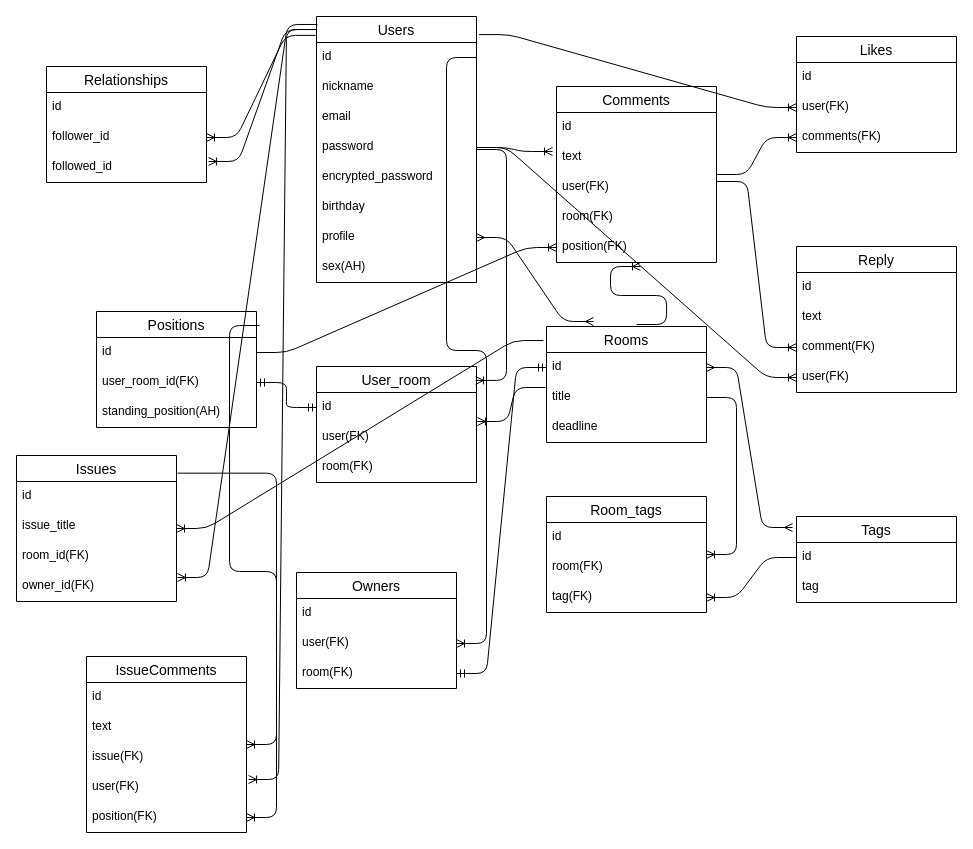
Above: ER図.dio in harukicode0/discussion_app_2022 (draw.io), before the change. Source tidied: cells renumbered, new cells numbered last; positions are measured from the earlier drawing's top-left corner, leaving out a move shared by most shapes. Both pictures are drawn from the tidied source at 100%, with x=0, y=0 at pixel (16, 16).
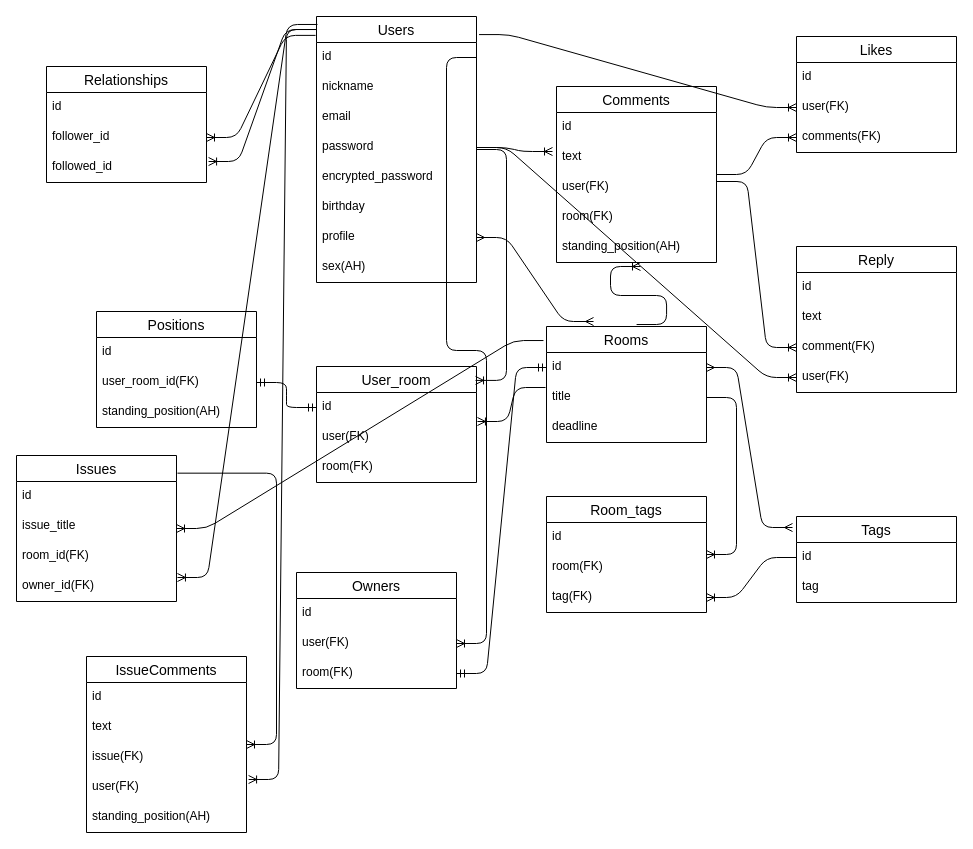
After the change.

The change refers to these unchanged cells:
```xml
<mxCell id="37" value="Comments" style="swimlane;fontStyle=0;horizontal=1;startSize=26;align=center;fontSize=14;" parent="1" vertex="1">
  <mxGeometry x="540" y="70" width="160" height="176" as="geometry" />
</mxCell>
<mxCell id="58" value="Positions" style="swimlane;fontStyle=0;horizontal=1;startSize=26;align=center;fontSize=14;" parent="1" vertex="1">
  <mxGeometry x="80" y="295" width="160" height="116" as="geometry" />
</mxCell>
<mxCell id="59" value="id" style="text;strokeColor=none;fillColor=none;spacingLeft=4;spacingRight=4;overflow=hidden;points=[[0,0.5],[1,0.5]];portConstraint=eastwest;fontSize=12;" parent="58" vertex="1">
  <mxGeometry y="26" width="160" height="30" as="geometry" />
</mxCell>
<mxCell id="78" value="IssueComments" style="swimlane;fontStyle=0;horizontal=1;startSize=26;align=center;fontSize=14;" parent="1" vertex="1">
  <mxGeometry x="70" y="640" width="160" height="176" as="geometry" />
</mxCell>
```

Change to the diagram source:
```diff
@@
-    <mxCell id="42" value="position(FK)" style="text;strokeColor=none;fillColor=none;spacingLeft=4;spacingRight=4;overflow=hidden;points=[[0,0.5],[1,0.5]];portConstraint=eastwest;fontSize=12;" parent="37" vertex="1">
+    <mxCell id="42" value="standing_position(AH)" style="text;strokeColor=none;fillColor=none;spacingLeft=4;spacingRight=4;overflow=hidden;points=[[0,0.5],[1,0.5]];portConstraint=eastwest;fontSize=12;" parent="37" vertex="1">
       <mxGeometry y="146" width="160" height="30" as="geometry" />
     </mxCell>
@@
-    <mxCell id="69" style="edgeStyle=entityRelationEdgeStyle;fontSize=12;html=1;endArrow=ERoneToMany;exitX=1;exitY=0.5;exitDx=0;exitDy=0;entryX=0;entryY=0.5;entryDx=0;entryDy=0;" parent="1" edge="1" source="59" target="42">
-      <mxGeometry relative="1" as="geometry" />
-    </mxCell>
@@
-    <mxCell id="83" value="position(FK)" style="text;strokeColor=none;fillColor=none;spacingLeft=4;spacingRight=4;overflow=hidden;points=[[0,0.5],[1,0.5]];portConstraint=eastwest;fontSize=12;" parent="78" vertex="1">
-      <mxGeometry y="146" width="160" height="30" as="geometry" />
-    </mxCell>
-    <mxCell id="84" style="edgeStyle=entityRelationEdgeStyle;fontSize=12;html=1;endArrow=ERoneToMany;exitX=1.019;exitY=0.121;exitDx=0;exitDy=0;exitPerimeter=0;entryX=1;entryY=0.5;entryDx=0;entryDy=0;" parent="1" edge="1" source="58" target="83">
-      <mxGeometry relative="1" as="geometry" />
-    </mxCell>
+    <mxCell id="87" value="standing_position(AH)" style="text;strokeColor=none;fillColor=none;spacingLeft=4;spacingRight=4;overflow=hidden;fontSize=12;" parent="78" vertex="1">
+      <mxGeometry y="146" width="160" height="30" as="geometry" />
+    </mxCell>
```
